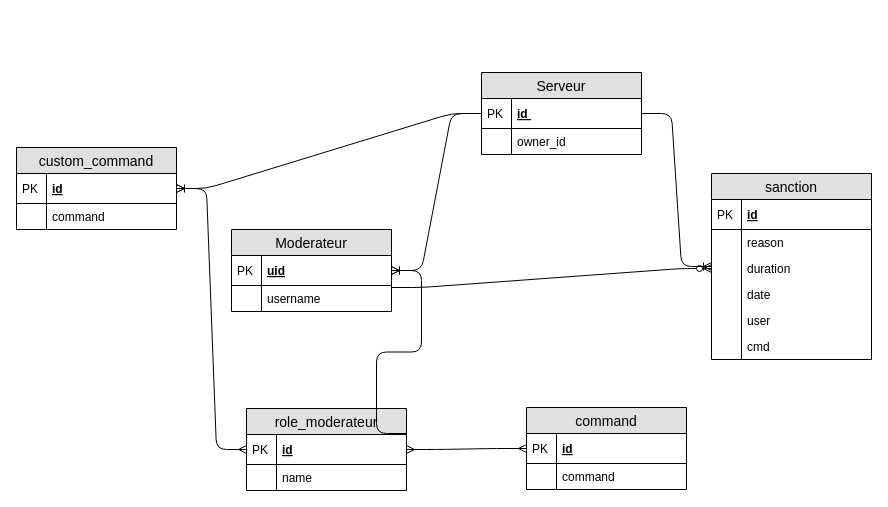
RomainCtl/discord_project keeps this draw.io diagram as doc/schema_associatif.drawio. Above is the earlier version. Source tidied: cells renumbered, new cells numbered last; positions are measured from the earlier drawing's top-left corner, leaving out a move shared by most shapes. Both pictures are drawn from the tidied source at 100%, with x=0, y=0 at pixel (16, 72).
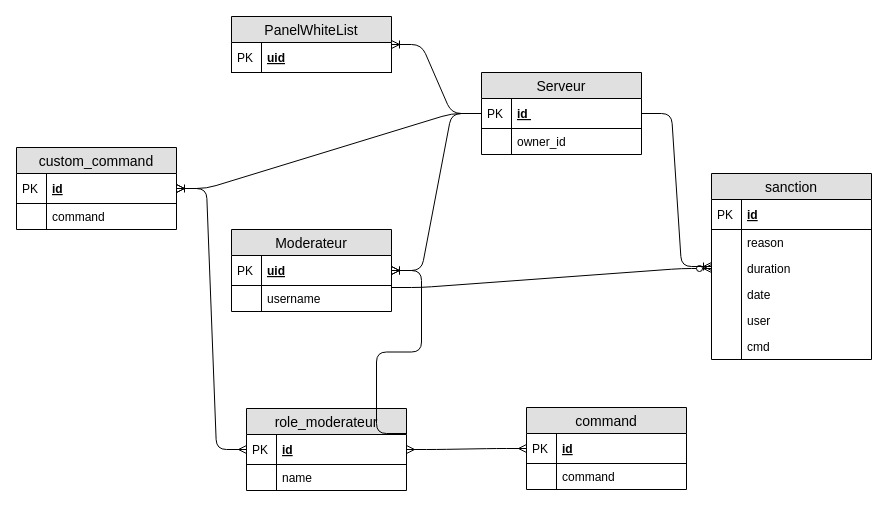
Above is the later version.

Unchanged cells that the change refers to:
```xml
<mxCell id="2" value="Serveur" style="swimlane;fontStyle=0;horizontal=1;startSize=26;fillColor=#e0e0e0;swimlaneFillColor=#ffffff;align=center;fontSize=14;fontColor=#000000;strokeColor=#000000;" parent="1" vertex="1">
  <mxGeometry x="465" width="160" height="82" as="geometry" />
</mxCell>
```

Change to the diagram source:
```diff
@@
+    <mxCell id="47" value="PanelWhiteList" style="swimlane;fontStyle=0;horizontal=1;startSize=26;fillColor=#e0e0e0;swimlaneFillColor=#ffffff;align=center;fontSize=14;fontColor=#000000;strokeColor=#000000;" parent="1" vertex="1">
+      <mxGeometry x="215" y="-56" width="160" height="56" as="geometry" />
+    </mxCell>
+    <mxCell id="48" value="uid" style="shape=partialRectangle;top=0;left=0;right=0;bottom=1;align=left;verticalAlign=middle;fillColor=none;spacingLeft=34;spacingRight=4;overflow=hidden;fontStyle=5;fontSize=12;fontColor=#000000;strokeColor=#000000;" parent="47" vertex="1">
+      <mxGeometry y="26" width="160" height="30" as="geometry" />
+    </mxCell>
+    <mxCell id="49" value="PK" style="shape=partialRectangle;top=0;left=0;bottom=0;fillColor=none;align=left;verticalAlign=middle;spacingLeft=4;spacingRight=4;overflow=hidden;fontSize=12;fontColor=#000000;strokeColor=#000000;" parent="48" vertex="1">
+      <mxGeometry width="30" height="30" as="geometry" />
+    </mxCell>
+    <mxCell id="50" style="edgeStyle=entityRelationEdgeStyle;fontSize=12;html=1;endArrow=ERoneToMany;strokeColor=#000000;" parent="1" edge="1" source="2" target="47">
+      <mxGeometry relative="1" as="geometry" />
+    </mxCell>
```
